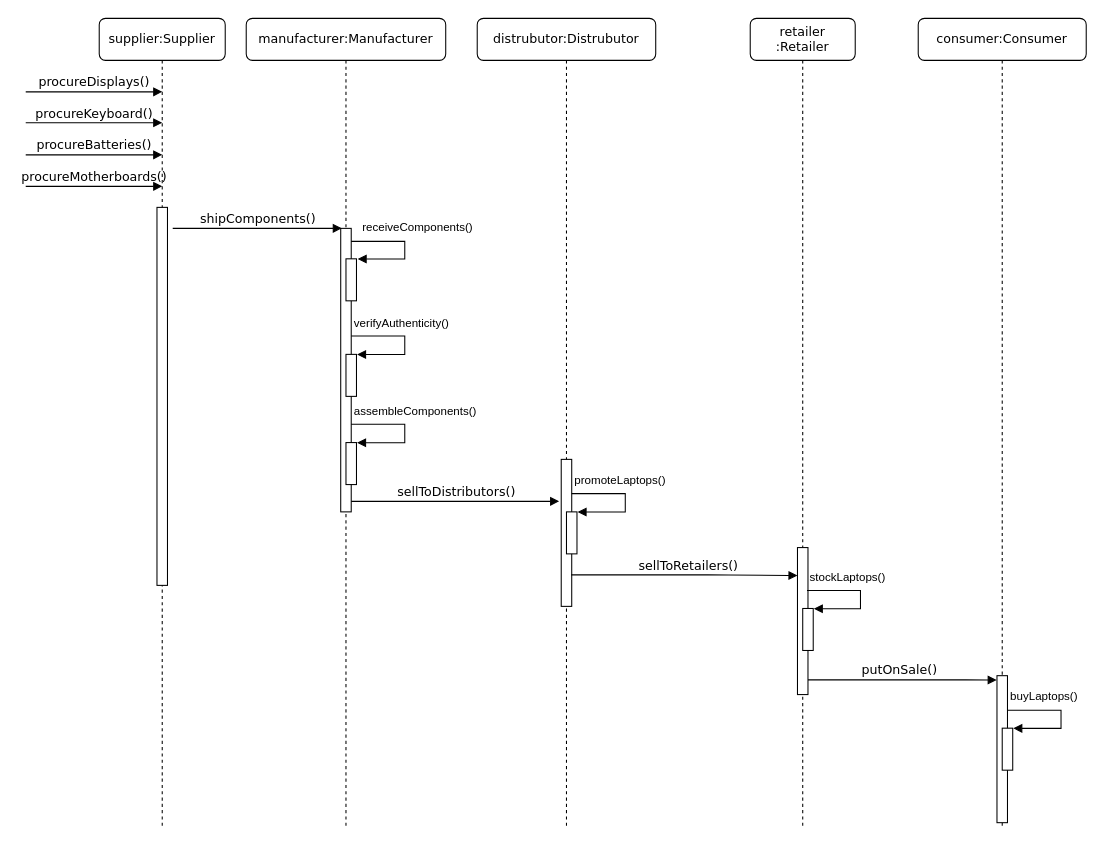
This is laptop-manu-arch-sequence-diag.drawio from jaydeepw/nanodegree-blockchain-project6-architect-blockchain, a draw.io file, before an edit. Source tidied: cells renumbered, new cells numbered last; positions are measured from the earlier drawing's top-left corner, leaving out a move shared by most shapes. Both pictures are drawn from the tidied source at 105%, with x=0, y=0 at pixel (25, 18).
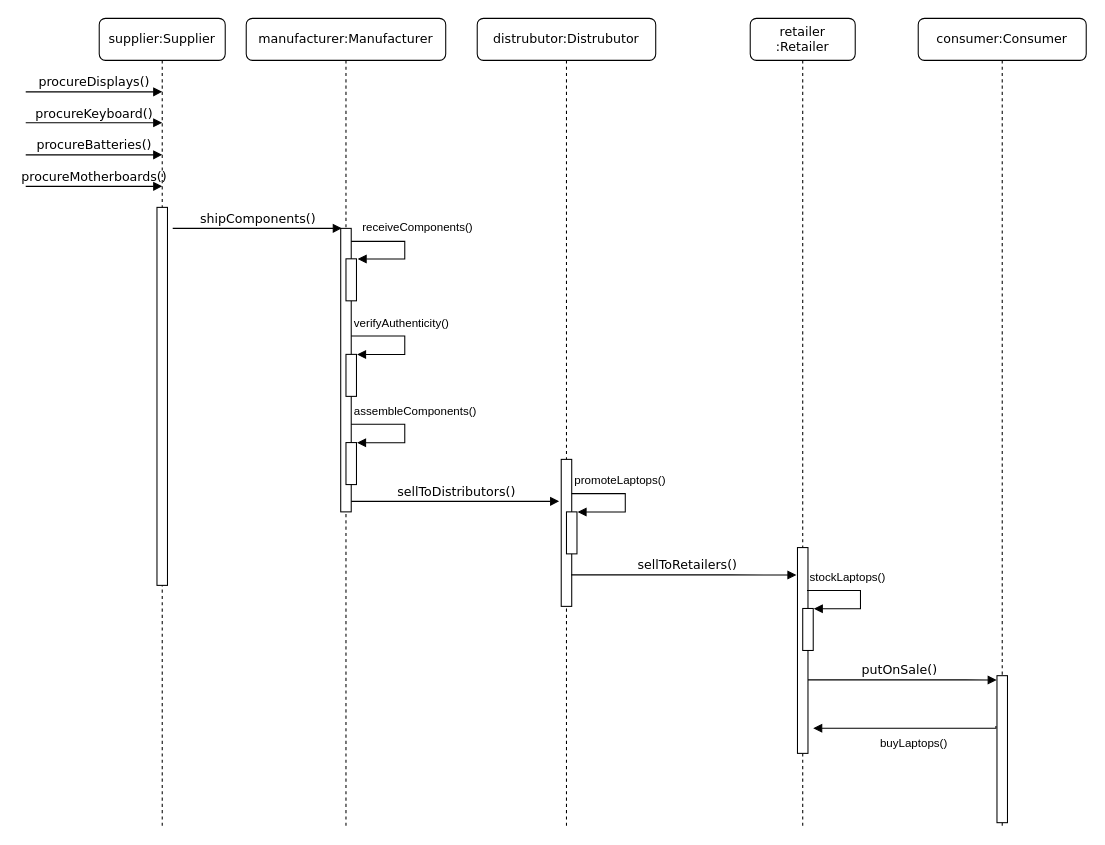
After the change.

Commit message (it also covers changes not shown here):
fix: Sequence diagram as per the changes request by the reviewer

Unchanged cells that the change refers to:
```xml
<mxCell id="28" style="html=1;points=[];perimeter=orthogonalPerimeter;rounded=0;shadow=0;comic=0;labelBackgroundColor=none;strokeColor=#000000;strokeWidth=1;fillColor=#FFFFFF;fontFamily=Verdana;fontSize=12;fontColor=#000000;align=center;" parent="1" vertex="1">
  <mxGeometry x="925" y="626" width="10" height="140" as="geometry" />
</mxCell>
```

What changed in the source:
```diff
@@
-    <mxCell id="22" value="sellToRetailers()&lt;br&gt;" style="html=1;verticalAlign=bottom;endArrow=block;labelBackgroundColor=none;fontFamily=Verdana;fontSize=12;edgeStyle=elbowEdgeStyle;elbow=horizontal;entryX=0;entryY=0.19;entryDx=0;entryDy=0;entryPerimeter=0;" parent="1" edge="1" target="25">
+    <mxCell id="22" value="sellToRetailers()&lt;br&gt;" style="html=1;verticalAlign=bottom;endArrow=block;labelBackgroundColor=none;fontFamily=Verdana;fontSize=12;edgeStyle=elbowEdgeStyle;elbow=horizontal;entryX=-0.1;entryY=0.133;entryDx=0;entryDy=0;entryPerimeter=0;" parent="1" edge="1" target="25">
       <mxGeometry x="0.41" y="40" relative="1" as="geometry">
         <mxPoint x="519.5" y="530" as="sourcePoint" />
         <Array as="points">
           <mxPoint x="659.5" y="521" />
         </Array>
         <mxPoint x="-40" y="40" as="offset" />
       </mxGeometry>
     </mxCell>
@@
     <mxCell id="25" style="html=1;points=[];perimeter=orthogonalPerimeter;rounded=0;shadow=0;comic=0;labelBackgroundColor=none;strokeColor=#000000;strokeWidth=1;fillColor=#FFFFFF;fontFamily=Verdana;fontSize=12;fontColor=#000000;align=center;" parent="1" vertex="1">
-      <mxGeometry x="735" y="504" width="10" height="140" as="geometry" />
+      <mxGeometry x="735" y="504" width="10" height="196" as="geometry" />
     </mxCell>
@@
-    <mxCell id="29" style="html=1;points=[];perimeter=orthogonalPerimeter;" parent="1" vertex="1">
-      <mxGeometry x="930" y="676" width="10" height="40" as="geometry" />
-    </mxCell>
-    <mxCell id="30" value="buyLaptops()&lt;br&gt;" style="edgeStyle=orthogonalEdgeStyle;html=1;align=left;spacingLeft=2;endArrow=block;rounded=0;entryX=1.057;entryY=0.004;entryDx=0;entryDy=0;entryPerimeter=0;" parent="1" edge="1" target="29">
-      <mxGeometry x="-0.94" y="14" relative="1" as="geometry">
-        <mxPoint x="935.1" y="658.9" as="sourcePoint" />
+    <mxCell id="30" value="buyLaptops()&lt;br&gt;" style="edgeStyle=orthogonalEdgeStyle;html=1;align=left;spacingLeft=2;endArrow=block;rounded=0;exitX=-0.1;exitY=0.343;exitDx=0;exitDy=0;exitPerimeter=0;" parent="1" edge="1" source="28">
+      <mxGeometry x="0.32" y="14" relative="1" as="geometry">
+        <mxPoint x="750" y="676" as="targetPoint" />
         <Array as="points">
-          <mxPoint x="986" y="658" />
-          <mxPoint x="986" y="676" />
+          <mxPoint x="924" y="676" />
         </Array>
-        <mxPoint x="-4" y="1" as="offset" />
       </mxGeometry>
     </mxCell>
```
